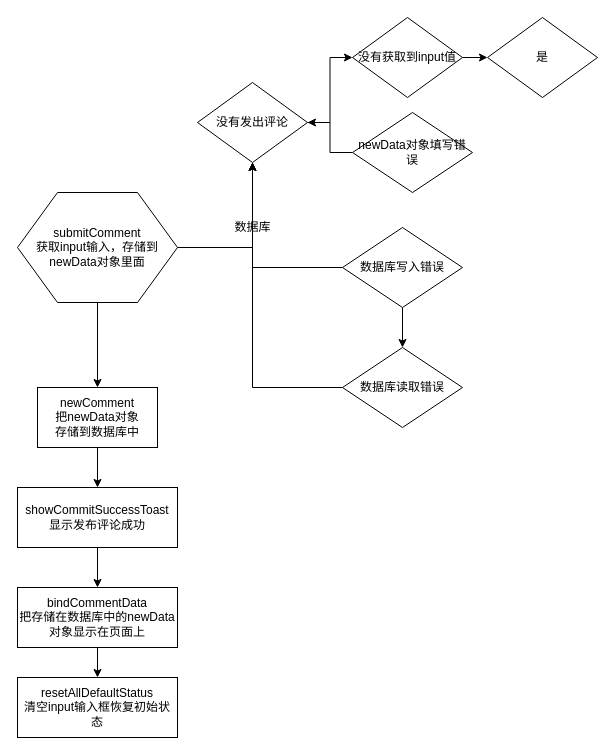
Before: 小程序/提交评论流程图.drawio in MoNaiZi/draw.io, a draw.io diagram. Source tidied: cells renumbered, new cells numbered last; positions are measured from the earlier drawing's top-left corner, leaving out a move shared by most shapes. Both pictures are drawn from the tidied source at 100%, with x=0, y=0 at pixel (17, 17).
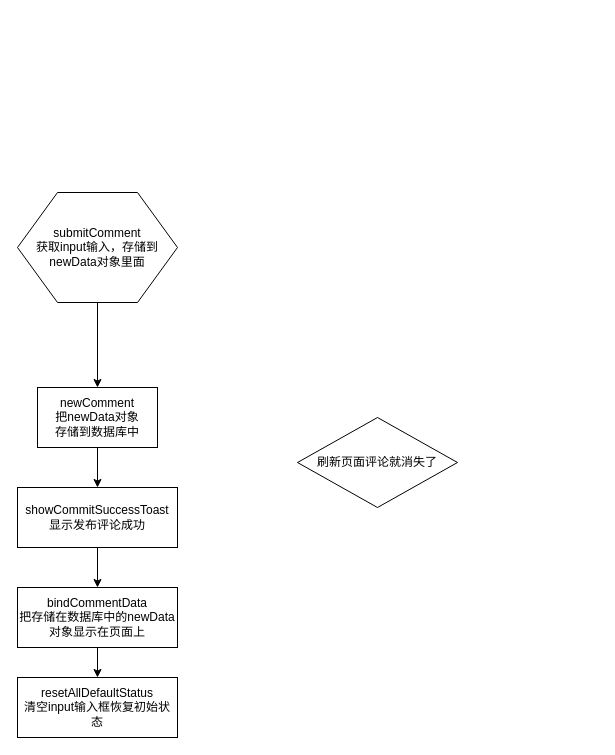
Above is the later version.

Commit message:
更新提交评论流程图.drawio

The change refers to these unchanged cells:
```xml
<mxCell id="11" value="submitComment&lt;br&gt;获取input输入，存储到newData对象里面" style="shape=hexagon;perimeter=hexagonPerimeter2;whiteSpace=wrap;html=1;" parent="10" vertex="1">
  <mxGeometry width="160" height="110" as="geometry" />
</mxCell>
```

Diff of the diagram source:
```diff
@@
-    <mxCell id="12" style="edgeStyle=orthogonalEdgeStyle;rounded=0;jettySize=auto;html=1;" parent="1" edge="1" source="11" target="18">
-      <mxGeometry relative="1" as="geometry" />
-    </mxCell>
-    <mxCell id="13" style="edgeStyle=orthogonalEdgeStyle;rounded=0;jettySize=auto;html=1;" parent="1" edge="1" source="14" target="15">
-      <mxGeometry relative="1" as="geometry" />
-    </mxCell>
-    <mxCell id="14" value="没有获取到input值" style="rhombus;whiteSpace=wrap;html=1;" parent="1" vertex="1">
-      <mxGeometry x="335" width="110" height="80" as="geometry" />
-    </mxCell>
-    <mxCell id="15" value="是" style="rhombus;whiteSpace=wrap;html=1;" parent="1" vertex="1">
-      <mxGeometry x="470" width="110" height="80" as="geometry" />
-    </mxCell>
-    <mxCell id="16" value="数据库读取错误" style="rhombus;whiteSpace=wrap;html=1;" parent="1" vertex="1">
-      <mxGeometry x="325" y="330" width="120" height="80" as="geometry" />
-    </mxCell>
-    <mxCell id="17" style="group;" parent="1" vertex="1">
-      <mxGeometry x="180" y="65" width="275" height="225" as="geometry" />
-    </mxCell>
-    <mxCell id="18" value="没有发出评论" style="rhombus;whiteSpace=wrap;html=1;" parent="17" vertex="1">
-      <mxGeometry width="110" height="80" as="geometry" />
-    </mxCell>
-    <mxCell id="19" style="edgeStyle=orthogonalEdgeStyle;rounded=0;jettySize=auto;html=1;entryX=1;entryY=0.5;entryDx=0;entryDy=0;" parent="17" edge="1" source="20" target="18">
-      <mxGeometry relative="1" as="geometry" />
-    </mxCell>
-    <mxCell id="20" value="newData对象填写错误" style="rhombus;whiteSpace=wrap;html=1;" parent="17" vertex="1">
-      <mxGeometry x="155" y="30" width="120" height="80" as="geometry" />
-    </mxCell>
-    <mxCell id="21" style="edgeStyle=orthogonalEdgeStyle;rounded=0;jettySize=auto;html=1;entryX=0.5;entryY=1;entryDx=0;entryDy=0;" parent="17" edge="1" source="22" target="18">
-      <mxGeometry relative="1" as="geometry" />
-    </mxCell>
-    <mxCell id="22" value="数据库写入错误" style="rhombus;whiteSpace=wrap;html=1;" parent="17" vertex="1">
-      <mxGeometry x="145" y="145" width="120" height="80" as="geometry" />
-    </mxCell>
-    <mxCell id="23" value="数据库" style="text;html=1;align=center;verticalAlign=middle;" parent="17" vertex="1">
-      <mxGeometry x="30" y="135" width="50" height="20" as="geometry" />
-    </mxCell>
-    <mxCell id="24" style="edgeStyle=orthogonalEdgeStyle;rounded=0;jettySize=auto;html=1;" parent="1" edge="1" source="18" target="14">
-      <mxGeometry relative="1" as="geometry" />
-    </mxCell>
-    <mxCell id="25" style="edgeStyle=orthogonalEdgeStyle;rounded=0;jettySize=auto;html=1;entryX=0.5;entryY=1;entryDx=0;entryDy=0;" parent="1" edge="1" source="16" target="18">
-      <mxGeometry relative="1" as="geometry" />
-    </mxCell>
-    <mxCell id="26" style="edgeStyle=orthogonalEdgeStyle;rounded=0;jettySize=auto;html=1;" parent="1" edge="1" source="22" target="16">
-      <mxGeometry relative="1" as="geometry" />
-    </mxCell>
+    <mxCell id="27" value="刷新页面评论就消失了" style="rhombus;whiteSpace=wrap;html=1;" parent="1" vertex="1">
+      <mxGeometry x="280" y="400" width="160" height="90" as="geometry" />
+    </mxCell>
```
